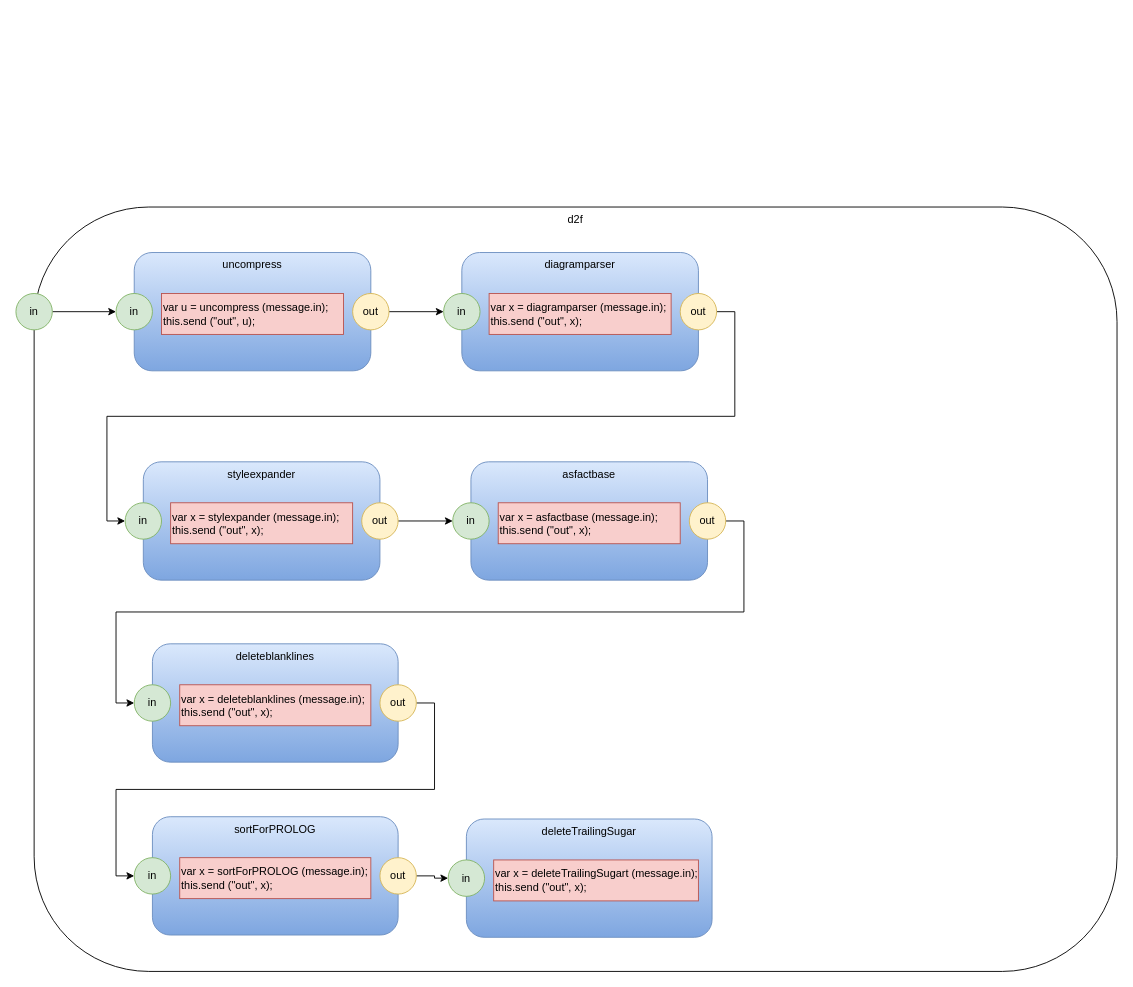
guitarvydas/d2json keeps this draw.io diagram as d2f.drawio. Above is the earlier version. Source tidied: cells renumbered, new cells numbered last; positions are measured from the earlier drawing's top-left corner, leaving out a move shared by most shapes. Both pictures are drawn from the tidied source at 91%, with x=0, y=0 at pixel (15, 207).
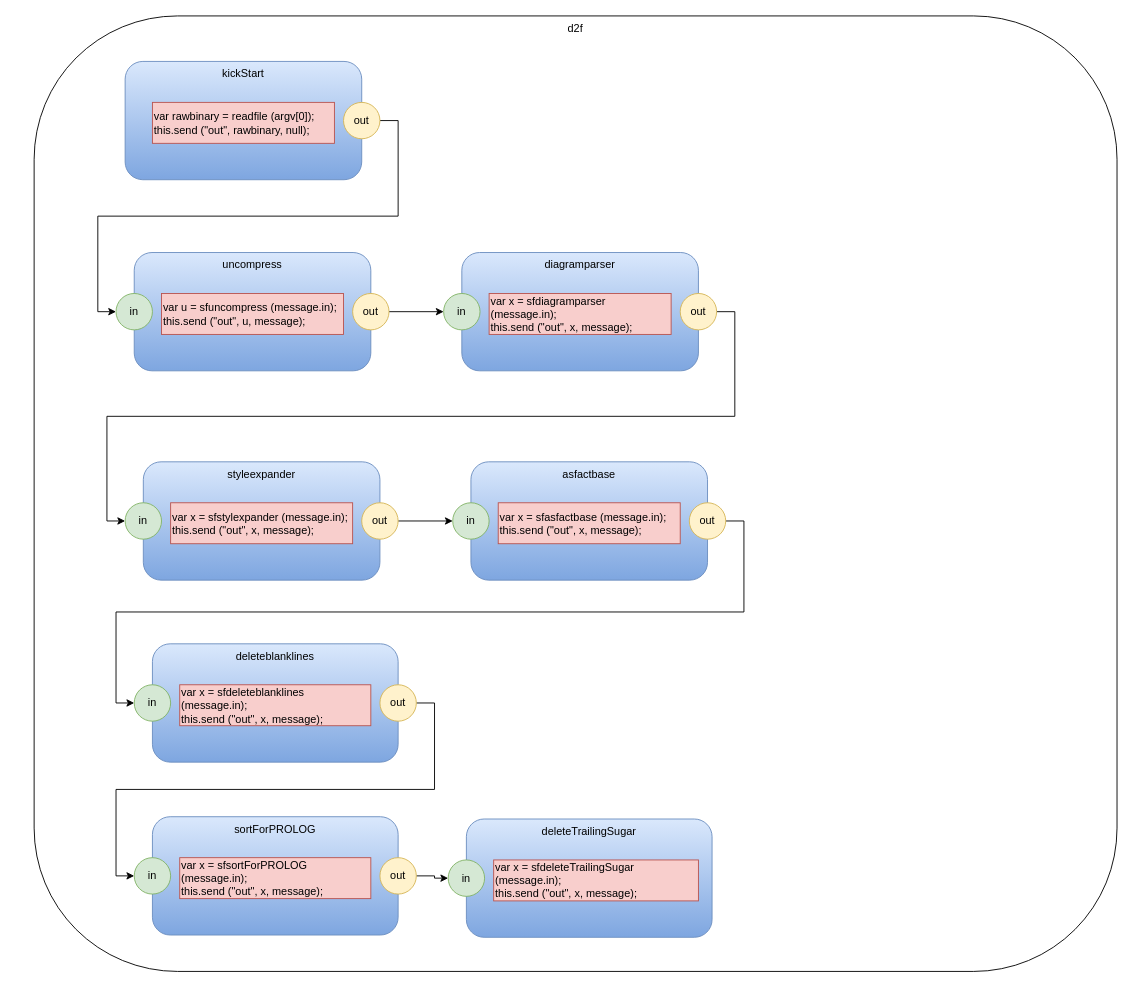
The same diagram, later.

The change refers to these unchanged cells:
```xml
<mxCell id="10" value="in" style="ellipse;whiteSpace=wrap;html=1;fillColor=#d5e8d4;strokeColor=#82b366;" parent="1" vertex="1">
  <mxGeometry x="110" y="95" width="40" height="40" as="geometry" />
</mxCell>
```

What changed in the source:
```diff
@@
     <mxCell id="2" value="d2f" style="rounded=1;whiteSpace=wrap;html=1;verticalAlign=top;" parent="1" vertex="1">
-      <mxGeometry x="20" width="1190" height="840" as="geometry" />
+      <mxGeometry x="20" y="-210" width="1190" height="1050" as="geometry" />
     </mxCell>
@@
-    <mxCell id="5" value="var u = uncompress (message.in);&lt;br&gt;this.send (&quot;out&quot;, u);&lt;br&gt;&lt;div&gt;&lt;/div&gt;" style="rounded=0;whiteSpace=wrap;html=1;fillColor=#f8cecc;strokeColor=#b85450;align=left;" parent="1" vertex="1">
+    <mxCell id="5" value="var u = sfuncompress (message.in);&lt;br&gt;this.send (&quot;out&quot;, u, message);&lt;br&gt;&lt;div&gt;&lt;/div&gt;" style="rounded=0;whiteSpace=wrap;html=1;fillColor=#f8cecc;strokeColor=#b85450;align=left;" parent="1" vertex="1">
       <mxGeometry x="160" y="95" width="200" height="45" as="geometry" />
     </mxCell>
@@
-    <mxCell id="8" style="edgeStyle=orthogonalEdgeStyle;rounded=0;jettySize=auto;html=1;exitX=1;exitY=0.5;exitDx=0;exitDy=0;entryX=0;entryY=0.5;entryDx=0;entryDy=0;" parent="1" edge="1" source="9" target="10">
-      <mxGeometry relative="1" as="geometry" />
-    </mxCell>
-    <mxCell id="9" value="in" style="ellipse;whiteSpace=wrap;html=1;fillColor=#d5e8d4;strokeColor=#82b366;" parent="1" vertex="1">
-      <mxGeometry y="95" width="40" height="40" as="geometry" />
-    </mxCell>
@@
-    <mxCell id="12" value="var x = diagramparser (message.in);&lt;br&gt;this.send (&quot;out&quot;, x);&lt;br&gt;&lt;div&gt;&lt;/div&gt;" style="rounded=0;whiteSpace=wrap;html=1;fillColor=#f8cecc;strokeColor=#b85450;align=left;" parent="1" vertex="1">
+    <mxCell id="12" value="var x = sfdiagramparser (message.in);&lt;br&gt;this.send (&quot;out&quot;, x, message);&lt;br&gt;&lt;div&gt;&lt;/div&gt;" style="rounded=0;whiteSpace=wrap;html=1;fillColor=#f8cecc;strokeColor=#b85450;align=left;" parent="1" vertex="1">
       <mxGeometry x="520" y="95" width="200" height="45" as="geometry" />
     </mxCell>
@@
-    <mxCell id="16" value="var x = stylexpander (message.in);&lt;br&gt;this.send (&quot;out&quot;, x);&lt;br&gt;&lt;div&gt;&lt;/div&gt;" style="rounded=0;whiteSpace=wrap;html=1;fillColor=#f8cecc;strokeColor=#b85450;align=left;" parent="1" vertex="1">
+    <mxCell id="16" value="var x = sfstylexpander (message.in);&lt;br&gt;this.send (&quot;out&quot;, x, message);&lt;br&gt;&lt;div&gt;&lt;/div&gt;" style="rounded=0;whiteSpace=wrap;html=1;fillColor=#f8cecc;strokeColor=#b85450;align=left;" parent="1" vertex="1">
       <mxGeometry x="170" y="325" width="200" height="45" as="geometry" />
     </mxCell>
@@
-    <mxCell id="21" value="var x = asfactbase (message.in);&lt;br&gt;this.send (&quot;out&quot;, x);&lt;br&gt;&lt;div&gt;&lt;/div&gt;" style="rounded=0;whiteSpace=wrap;html=1;fillColor=#f8cecc;strokeColor=#b85450;align=left;" parent="1" vertex="1">
+    <mxCell id="21" value="var x = sfasfactbase (message.in);&lt;br&gt;this.send (&quot;out&quot;, x, message);&lt;br&gt;&lt;div&gt;&lt;/div&gt;" style="rounded=0;whiteSpace=wrap;html=1;fillColor=#f8cecc;strokeColor=#b85450;align=left;" parent="1" vertex="1">
       <mxGeometry x="530" y="325" width="200" height="45" as="geometry" />
     </mxCell>
@@
-    <mxCell id="26" value="var x = deleteblanklines (message.in);&lt;br&gt;this.send (&quot;out&quot;, x);&lt;br&gt;&lt;div&gt;&lt;/div&gt;" style="rounded=0;whiteSpace=wrap;html=1;fillColor=#f8cecc;strokeColor=#b85450;align=left;" parent="1" vertex="1">
+    <mxCell id="26" value="var x = sfdeleteblanklines (message.in);&lt;br&gt;this.send (&quot;out&quot;, x, message);&lt;br&gt;&lt;div&gt;&lt;/div&gt;" style="rounded=0;whiteSpace=wrap;html=1;fillColor=#f8cecc;strokeColor=#b85450;align=left;" parent="1" vertex="1">
       <mxGeometry x="180" y="525" width="210" height="45" as="geometry" />
     </mxCell>
@@
-    <mxCell id="31" value="var x = sortForPROLOG (message.in);&lt;br&gt;this.send (&quot;out&quot;, x);&lt;br&gt;&lt;div&gt;&lt;/div&gt;" style="rounded=0;whiteSpace=wrap;html=1;fillColor=#f8cecc;strokeColor=#b85450;align=left;" parent="1" vertex="1">
+    <mxCell id="31" value="var x = sfsortForPROLOG (message.in);&lt;br&gt;this.send (&quot;out&quot;, x, message);&lt;br&gt;&lt;div&gt;&lt;/div&gt;" style="rounded=0;whiteSpace=wrap;html=1;fillColor=#f8cecc;strokeColor=#b85450;align=left;" parent="1" vertex="1">
       <mxGeometry x="180" y="715" width="210" height="45" as="geometry" />
     </mxCell>
@@
-    <mxCell id="36" value="var x = deleteTrailingSugart (message.in);&lt;br&gt;this.send (&quot;out&quot;, x);&lt;br&gt;&lt;div&gt;&lt;/div&gt;" style="rounded=0;whiteSpace=wrap;html=1;fillColor=#f8cecc;strokeColor=#b85450;align=left;" parent="1" vertex="1">
+    <mxCell id="36" value="var x = sfdeleteTrailingSugar (message.in);&lt;br&gt;this.send (&quot;out&quot;, x, message);&lt;br&gt;&lt;div&gt;&lt;/div&gt;" style="rounded=0;whiteSpace=wrap;html=1;fillColor=#f8cecc;strokeColor=#b85450;align=left;" parent="1" vertex="1">
       <mxGeometry x="525" y="717.5" width="225" height="45" as="geometry" />
     </mxCell>
@@
+    <mxCell id="38" value="kickStart" style="rounded=1;whiteSpace=wrap;html=1;gradientColor=#7ea6e0;fillColor=#dae8fc;strokeColor=#6c8ebf;verticalAlign=top;" parent="1" vertex="1">
+      <mxGeometry x="120" y="-160" width="260" height="130" as="geometry" />
+    </mxCell>
+    <mxCell id="39" value="var rawbinary = readfile (argv[0]);&lt;br&gt;this.send (&quot;out&quot;, rawbinary, null);&lt;br&gt;&lt;div&gt;&lt;/div&gt;" style="rounded=0;whiteSpace=wrap;html=1;fillColor=#f8cecc;strokeColor=#b85450;align=left;" parent="1" vertex="1">
+      <mxGeometry x="150" y="-115" width="200" height="45" as="geometry" />
+    </mxCell>
+    <mxCell id="40" style="edgeStyle=orthogonalEdgeStyle;rounded=0;jettySize=auto;html=1;exitX=1;exitY=0.5;exitDx=0;exitDy=0;entryX=0;entryY=0.5;entryDx=0;entryDy=0;" parent="1" edge="1" source="41" target="10">
+      <mxGeometry relative="1" as="geometry" />
+    </mxCell>
+    <mxCell id="41" value="out" style="ellipse;whiteSpace=wrap;html=1;fillColor=#fff2cc;strokeColor=#d6b656;" parent="1" vertex="1">
+      <mxGeometry x="360" y="-115" width="40" height="40" as="geometry" />
+    </mxCell>
```
